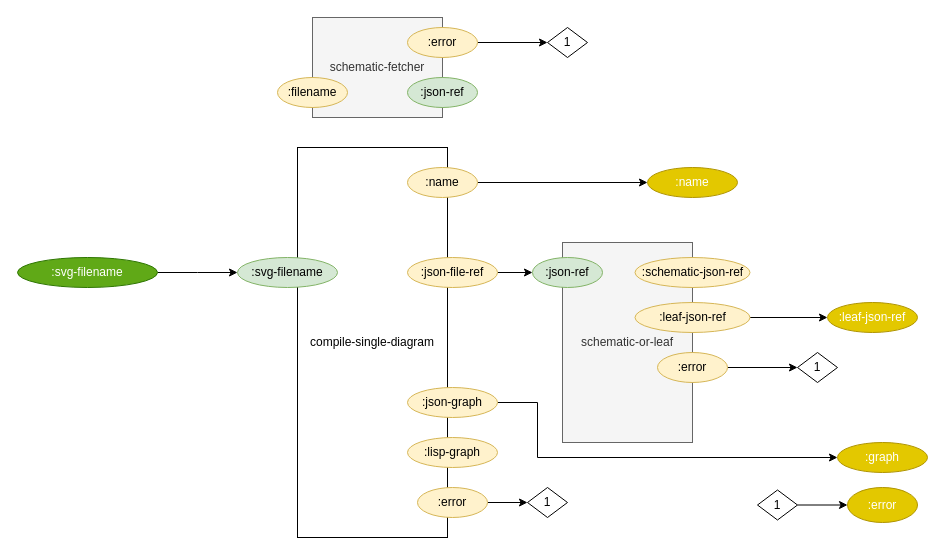
bmfbp/bmfbp keeps this draw.io diagram as page "build" (4 of 4) of build_process/cl-build/build.drawio. Above is the earlier version. Source tidied: cells renumbered, new cells numbered last; positions are measured from the earlier drawing's top-left corner, leaving out a move shared by most shapes. Both pictures are drawn from the tidied source at 100%, with x=0, y=0 at pixel (17, 17).
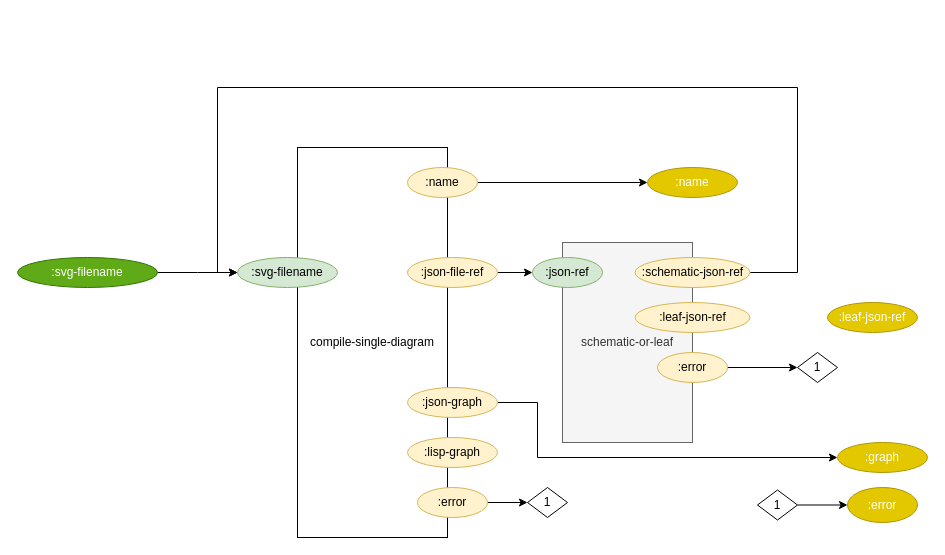
Above is the later version.

Commit message (it also covers changes not shown here):
wip: working on recursive traverse through schematics

Unchanged cells that the change refers to:
```xml
<mxCell id="14" value=":svg-filename" style="ellipse;whiteSpace=wrap;html=1;fillColor=#d5e8d4;strokeColor=#82b366;" parent="1" vertex="1">
  <mxGeometry x="220" y="240" width="100" height="30" as="geometry" />
</mxCell>
<mxCell id="28" value=":schematic-json-ref" style="ellipse;whiteSpace=wrap;html=1;fillColor=#fff2cc;strokeColor=#d6b656;" parent="1" vertex="1">
  <mxGeometry x="617.5" y="240" width="115" height="30" as="geometry" />
</mxCell>
<mxCell id="34" value=":leaf-json-ref" style="ellipse;whiteSpace=wrap;html=1;fillColor=#fff2cc;strokeColor=#d6b656;" parent="1" vertex="1">
  <mxGeometry x="617.5" y="285" width="115" height="30" as="geometry" />
</mxCell>
<mxCell id="35" value=":leaf-json-ref" style="ellipse;whiteSpace=wrap;html=1;fillColor=#e3c800;strokeColor=#B09500;fontColor=#ffffff;" parent="1" vertex="1">
  <mxGeometry x="810" y="285" width="90" height="30" as="geometry" />
</mxCell>
```

Change to the diagram source:
```diff
@@
-    <mxCell id="18" value="schematic-fetcher" style="rounded=0;whiteSpace=wrap;html=1;strokeColor=#666666;align=center;fillColor=#f5f5f5;fontColor=#333333;" parent="1" vertex="1">
-      <mxGeometry x="295" width="130" height="100" as="geometry" />
-    </mxCell>
-    <mxCell id="19" value=":json-ref" style="ellipse;whiteSpace=wrap;html=1;fillColor=#d5e8d4;strokeColor=#82b366;" parent="1" vertex="1">
-      <mxGeometry x="390" y="60" width="70" height="30" as="geometry" />
-    </mxCell>
-    <mxCell id="20" value=":filename" style="ellipse;whiteSpace=wrap;html=1;fillColor=#fff2cc;strokeColor=#d6b656;" parent="1" vertex="1">
-      <mxGeometry x="260" y="60" width="70" height="30" as="geometry" />
-    </mxCell>
-    <mxCell id="21" style="edgeStyle=orthogonalEdgeStyle;rounded=0;jettySize=auto;html=1;" parent="1" edge="1" source="22" target="26">
-      <mxGeometry relative="1" as="geometry" />
-    </mxCell>
-    <mxCell id="22" value=":error" style="ellipse;whiteSpace=wrap;html=1;fillColor=#fff2cc;strokeColor=#d6b656;" parent="1" vertex="1">
-      <mxGeometry x="390" y="10" width="70" height="30" as="geometry" />
-    </mxCell>
@@
-    <mxCell id="26" value="1" style="rhombus;whiteSpace=wrap;html=1;" parent="1" vertex="1">
-      <mxGeometry x="530" y="10" width="40" height="30" as="geometry" />
-    </mxCell>
@@
+    <mxCell id="36" style="edgeStyle=orthogonalEdgeStyle;rounded=0;jettySize=auto;html=1;exitX=1;exitY=0.5;exitDx=0;exitDy=0;entryX=0;entryY=0.5;entryDx=0;entryDy=0;" parent="1" edge="1" source="28" target="14">
+      <mxGeometry relative="1" as="geometry">
+        <Array as="points">
+          <mxPoint x="780" y="255" />
+          <mxPoint x="780" y="70" />
+          <mxPoint x="200" y="70" />
+          <mxPoint x="200" y="255" />
+        </Array>
+      </mxGeometry>
+    </mxCell>
@@
-    <mxCell id="33" style="edgeStyle=orthogonalEdgeStyle;rounded=0;jettySize=auto;html=1;exitX=1;exitY=0.5;exitDx=0;exitDy=0;" parent="1" edge="1" source="34" target="35">
-      <mxGeometry relative="1" as="geometry" />
-    </mxCell>
```
